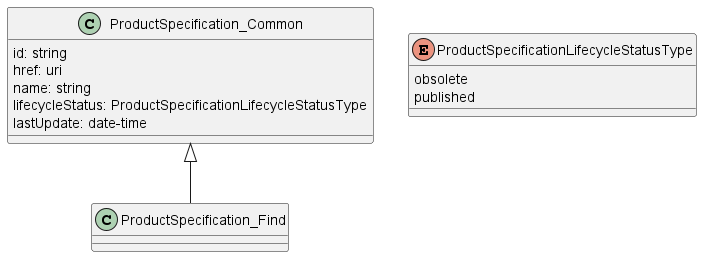
This is documentation/productApi/catalog/media/specificationModel_find.png from MEF-GIT/MEF-LSO-Sonata-SDK, a PlantUML export, as it was before one commit.
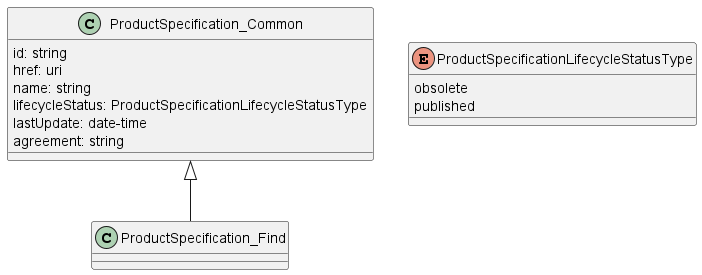
The same diagram one commit later.

Diff of the diagram source:
```diff
@@ -7,6 +7,7 @@
     name: string
     lifecycleStatus: ProductSpecificationLifecycleStatusType
     lastUpdate: date-time
+    agreement: string
 }
 
 class ProductSpecification_Find {
```
